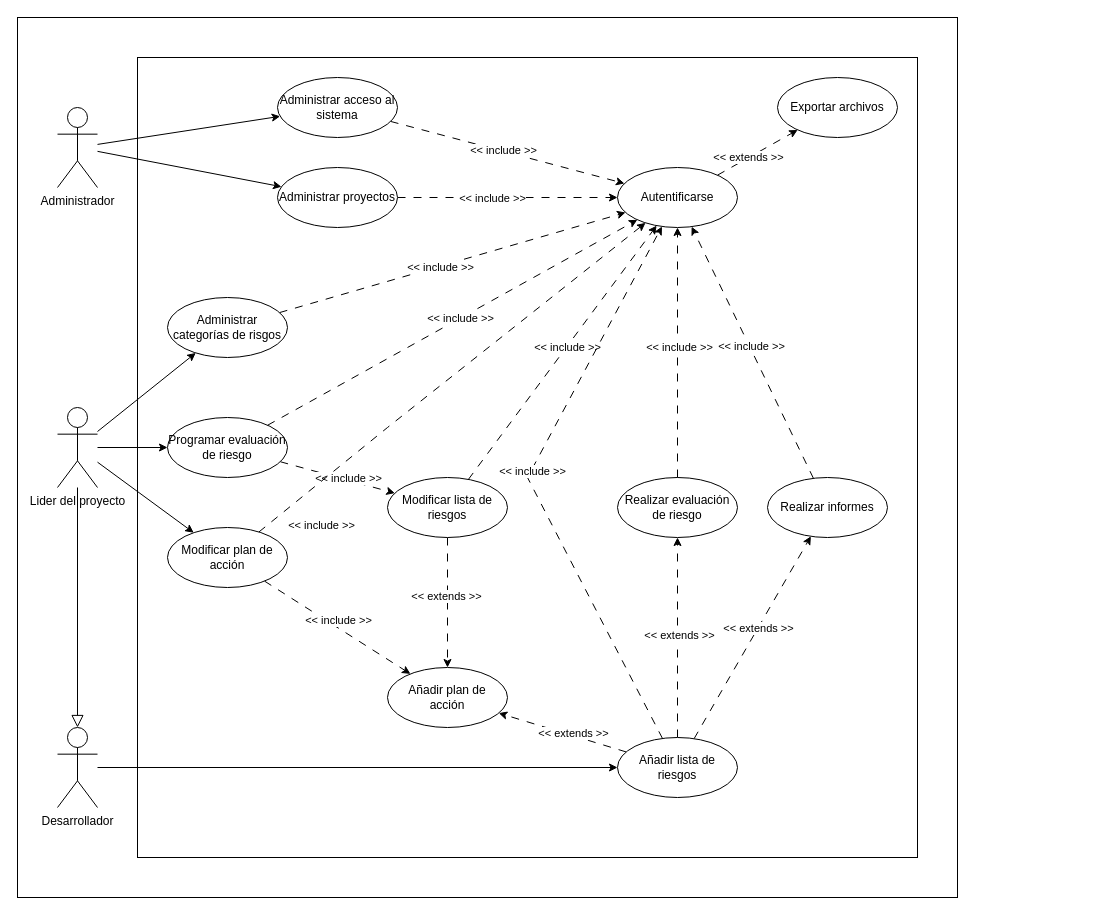
Above: 2. Etapa de elaboración/Iteración 1/Especificación de requerimientos/Diagrama de CU.drawio in fxex/Vesta_Risk_Manager (draw.io), before the change. Source tidied: cells renumbered, new cells numbered last; positions are measured from the earlier drawing's top-left corner, leaving out a move shared by most shapes. Both pictures are drawn from the tidied source at 100%, with x=0, y=0 at pixel (17, 17).
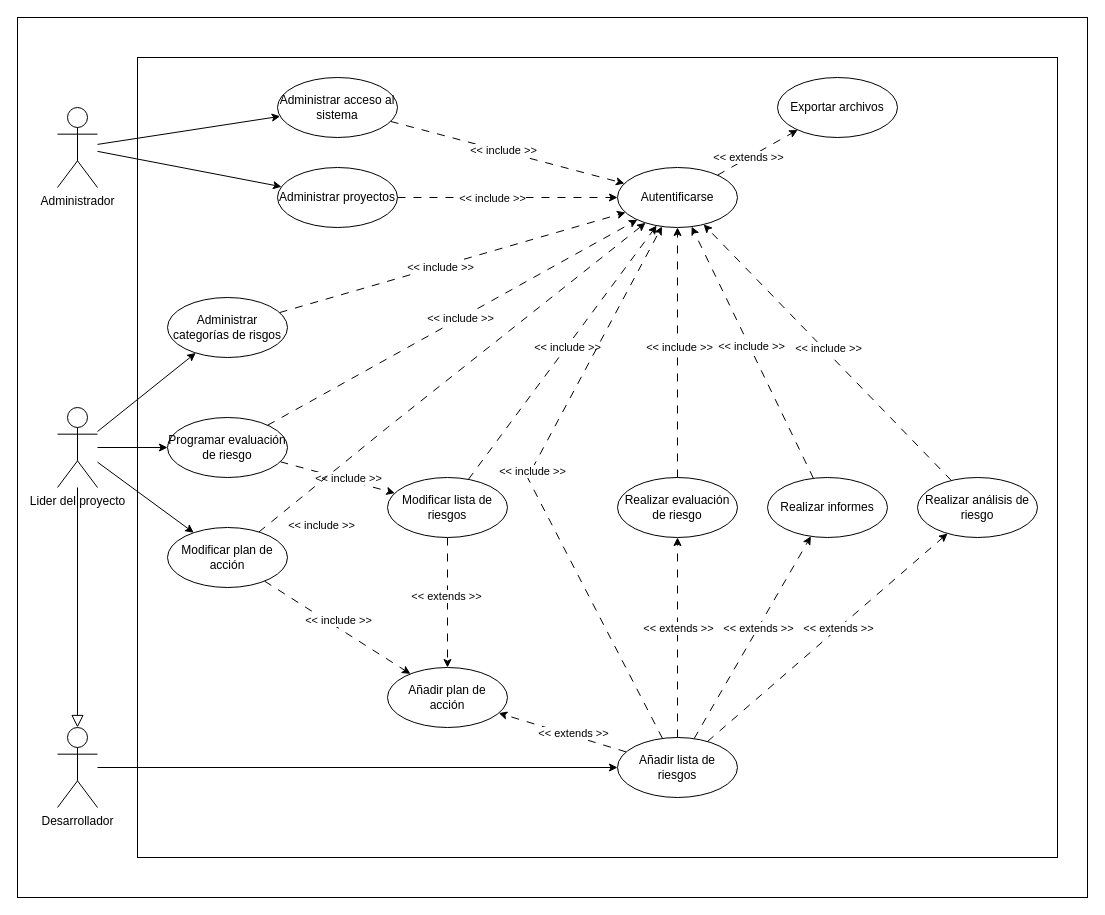
The same diagram, later.

Commit message (it also covers changes not shown here):
Doc: hice correcciones de acentos y corregi cosas minimas, cambie el diagrama de CU

Unchanged cells that the change refers to:
```xml
<mxCell id="21" style="edgeStyle=none;rounded=0;jettySize=auto;html=1;dashed=1;dashPattern=8 8;" parent="1" edge="1" source="27" target="34">
  <mxGeometry relative="1" as="geometry" />
</mxCell>
<mxCell id="27" value="Añadir lista de riesgos" style="ellipse;whiteSpace=wrap;html=1;" parent="1" vertex="1">
  <mxGeometry x="600" y="720" width="120" height="60" as="geometry" />
</mxCell>
<mxCell id="41" value="Autentificarse" style="ellipse;whiteSpace=wrap;html=1;" parent="1" vertex="1">
  <mxGeometry x="600" y="150" width="120" height="60" as="geometry" />
</mxCell>
```

Diff of the diagram source:
```diff
@@
     <mxCell id="2" style="rounded=0;whiteSpace=wrap;html=1;" parent="1" vertex="1">
-      <mxGeometry width="940" height="880" as="geometry" />
+      <mxGeometry width="1070" height="880" as="geometry" />
     </mxCell>
     <mxCell id="3" style="rounded=0;whiteSpace=wrap;html=1;" parent="1" vertex="1">
-      <mxGeometry x="120" y="40" width="780" height="800" as="geometry" />
+      <mxGeometry x="120" y="40" width="920" height="800" as="geometry" />
     </mxCell>
@@
     <mxCell id="22" value="&amp;lt;&amp;lt; extends &amp;gt;&amp;gt;" style="edgeLabel;html=1;align=center;verticalAlign=middle;" parent="21" vertex="1">
-      <mxGeometry x="0.03" y="-1" relative="1" as="geometry" />
+      <mxGeometry x="0.03" y="-1" relative="1" as="geometry">
+        <mxPoint x="-1" y="-7" as="offset" />
+      </mxGeometry>
     </mxCell>
@@
+    <mxCell id="58" style="rounded=0;jettySize=auto;html=1;dashed=1;dashPattern=8 8;" parent="1" edge="1" source="27" target="60">
+      <mxGeometry relative="1" as="geometry" />
+    </mxCell>
@@
+    <mxCell id="59" style="rounded=0;jettySize=auto;html=1;dashed=1;dashPattern=8 8;" parent="1" edge="1" source="60" target="41">
+      <mxGeometry relative="1" as="geometry" />
+    </mxCell>
+    <mxCell id="60" value="Realizar análisis de riesgo" style="ellipse;whiteSpace=wrap;html=1;" parent="1" vertex="1">
+      <mxGeometry x="900" y="460" width="120" height="60" as="geometry" />
+    </mxCell>
+    <mxCell id="61" value="&amp;lt;&amp;lt; include &amp;gt;&amp;gt;" style="edgeLabel;html=1;align=center;verticalAlign=middle;" parent="1" vertex="1">
+      <mxGeometry x="810" y="330" as="geometry" />
+    </mxCell>
+    <mxCell id="62" value="&amp;lt;&amp;lt; extends &amp;gt;&amp;gt;" style="edgeLabel;html=1;align=center;verticalAlign=middle;" parent="1" vertex="1">
+      <mxGeometry x="820" y="610" as="geometry" />
+    </mxCell>
```
